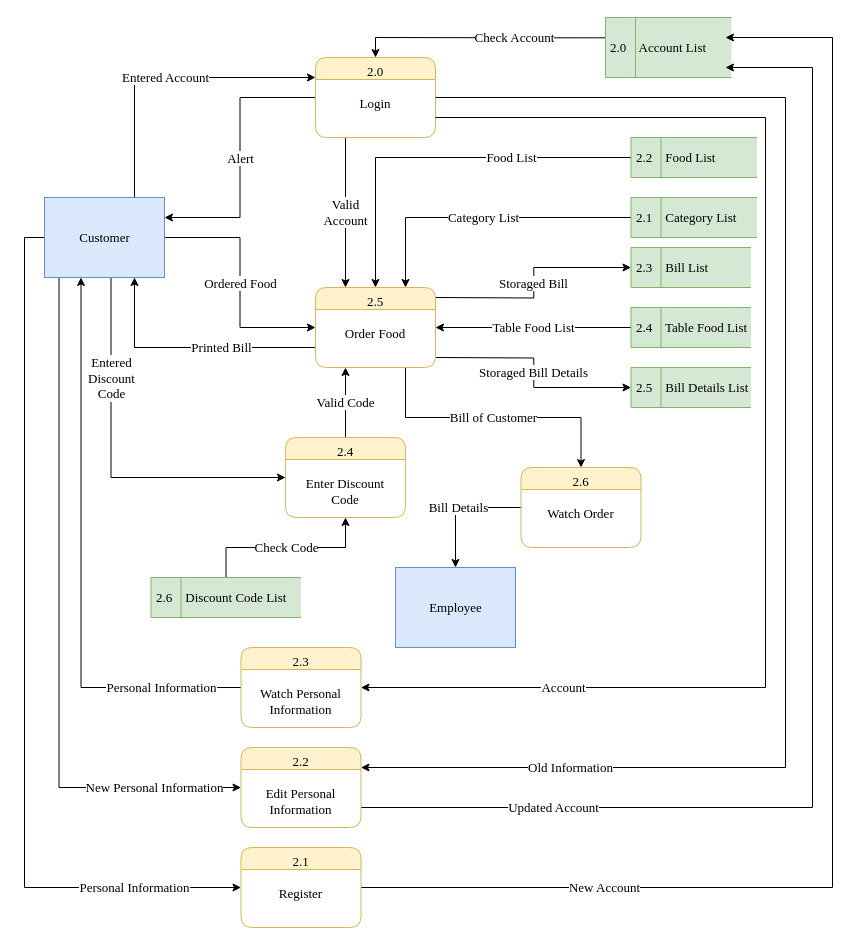
daomtthuan/do-an keeps this draw.io diagram as page "Level 2 - Customer" (6 of 9) of document/diagram/dfd.drawio. Above is the earlier version. Source tidied: cells renumbered, new cells numbered last; positions are measured from the earlier drawing's top-left corner, leaving out a move shared by most shapes. Both pictures are drawn from the tidied source at 100%, with x=0, y=0 at pixel (44, 17).
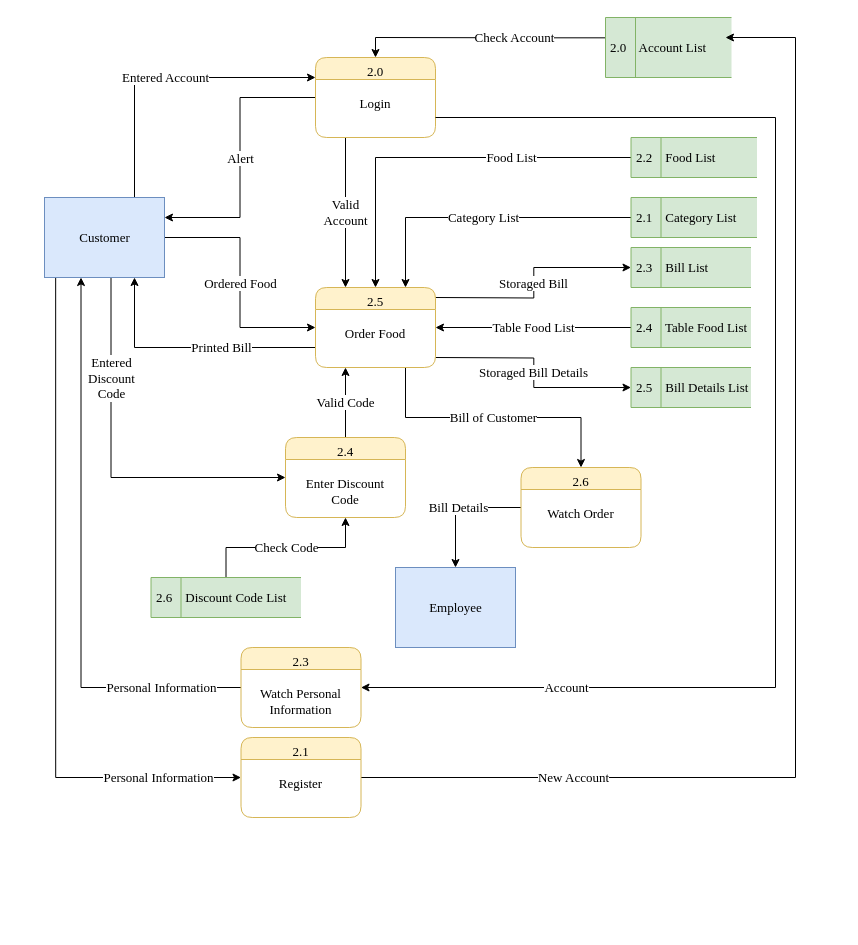
Above is the later version.

Unchanged cells that the change refers to:
```xml
<mxCell id="7" value="&lt;span style=&quot;font-size: 13px;&quot;&gt;&lt;span style=&quot;font-size: 13px;&quot;&gt;Customer&lt;/span&gt;&lt;/span&gt;" style="html=1;dashed=0;whitespace=wrap;strokeWidth=1;fillColor=#dae8fc;strokeColor=#6c8ebf;fontFamily=Times New Roman;fontSize=13;" parent="1" vertex="1">
  <mxGeometry y="180" width="120" height="80" as="geometry" />
</mxCell>
<mxCell id="10" value="2.0&#10;&#10;Login" style="swimlane;fontStyle=0;horizontal=1;startSize=22;fillColor=#fff2cc;swimlaneFillColor=#ffffff;rounded=1;strokeWidth=1;verticalAlign=top;arcSize=17;labelPosition=center;verticalLabelPosition=middle;align=center;fontFamily=Times New Roman;strokeColor=#d6b656;fontSize=13;" parent="1" vertex="1">
  <mxGeometry x="271" y="40" width="120" height="80" as="geometry" />
</mxCell>
<mxCell id="38" value="2.3&#10;&#10;Watch Personal&#10;Information" style="swimlane;fontStyle=0;horizontal=1;startSize=22;fillColor=#fff2cc;swimlaneFillColor=#ffffff;rounded=1;strokeWidth=1;verticalAlign=top;arcSize=17;labelPosition=center;verticalLabelPosition=middle;align=center;fontFamily=Times New Roman;strokeColor=#d6b656;fontSize=13;" parent="1" vertex="1">
  <mxGeometry x="196.5" y="630" width="120" height="80" as="geometry" />
</mxCell>
```

What changed in the source:
```diff
@@
-    <mxCell id="5" value="New Personal Information" style="edgeStyle=orthogonalEdgeStyle;rounded=0;jettySize=auto;html=1;exitX=0.121;exitY=1;exitDx=0;exitDy=0;exitPerimeter=0;entryX=0;entryY=0.5;entryDx=0;entryDy=0;fontFamily=Times New Roman;fontSize=13;" parent="1" edge="1" source="7" target="37">
-      <mxGeometry x="0.75" relative="1" as="geometry" />
-    </mxCell>
-    <mxCell id="6" value="Personal Information" style="edgeStyle=orthogonalEdgeStyle;rounded=0;jettySize=auto;html=1;exitX=0;exitY=0.5;exitDx=0;exitDy=0;entryX=0;entryY=0.5;entryDx=0;entryDy=0;fontFamily=Times New Roman;fontSize=13;" parent="1" edge="1" source="7" target="40">
+    <mxCell id="6" value="Personal Information" style="edgeStyle=orthogonalEdgeStyle;rounded=0;jettySize=auto;html=1;exitX=0.093;exitY=0.998;exitDx=0;exitDy=0;entryX=0;entryY=0.5;entryDx=0;entryDy=0;fontFamily=Times New Roman;fontSize=13;exitPerimeter=0;" parent="1" edge="1" source="7" target="40">
       <mxGeometry x="0.76" relative="1" as="geometry" />
     </mxCell>
@@
-    <mxCell id="34" value="Updated Account" style="edgeStyle=orthogonalEdgeStyle;rounded=0;jettySize=auto;html=1;exitX=1;exitY=0.75;exitDx=0;exitDy=0;fontFamily=Times New Roman;fontSize=13;" parent="1" edge="1" source="37">
-      <mxGeometry x="-0.7" relative="1" as="geometry">
-        <mxPoint x="681" y="50" as="targetPoint" />
-        <Array as="points">
-          <mxPoint x="768" y="790" />
-          <mxPoint x="768" y="50" />
-          <mxPoint x="687" y="50" />
-        </Array>
-      </mxGeometry>
-    </mxCell>
     <mxCell id="35" value="Account" style="edgeStyle=orthogonalEdgeStyle;rounded=0;jettySize=auto;html=1;entryX=1;entryY=0.5;entryDx=0;entryDy=0;fontFamily=Times New Roman;fontSize=13;exitX=1;exitY=0.75;exitDx=0;exitDy=0;" parent="1" edge="1" source="10" target="38">
       <mxGeometry x="0.69" relative="1" as="geometry">
         <Array as="points">
-          <mxPoint x="721" y="100" />
-          <mxPoint x="721" y="670" />
+          <mxPoint x="731" y="100" />
+          <mxPoint x="731" y="670" />
         </Array>
       </mxGeometry>
     </mxCell>
-    <mxCell id="36" value="Old Information" style="edgeStyle=orthogonalEdgeStyle;rounded=0;jettySize=auto;html=1;exitX=1;exitY=0.5;exitDx=0;exitDy=0;fontFamily=Times New Roman;fontSize=13;entryX=1;entryY=0.25;entryDx=0;entryDy=0;" parent="1" edge="1" source="10" target="37">
-      <mxGeometry x="0.71" relative="1" as="geometry">
-        <Array as="points">
-          <mxPoint x="741" y="80" />
-          <mxPoint x="741" y="750" />
-        </Array>
-      </mxGeometry>
-    </mxCell>
-    <mxCell id="37" value="2.2&#10;&#10;Edit Personal&#10;Information" style="swimlane;fontStyle=0;horizontal=1;startSize=22;fillColor=#fff2cc;swimlaneFillColor=#ffffff;rounded=1;strokeWidth=1;verticalAlign=top;arcSize=17;labelPosition=center;verticalLabelPosition=middle;align=center;fontFamily=Times New Roman;strokeColor=#d6b656;fontSize=13;" parent="1" vertex="1">
-      <mxGeometry x="196.5" y="730" width="120" height="80" as="geometry" />
-    </mxCell>
@@
     <mxCell id="39" value="New Account" style="edgeStyle=orthogonalEdgeStyle;rounded=0;jettySize=auto;html=1;exitX=1;exitY=0.5;exitDx=0;exitDy=0;fontFamily=Times New Roman;fontSize=13;" parent="1" edge="1" source="40">
       <mxGeometry x="-0.66" relative="1" as="geometry">
         <mxPoint x="681" y="20" as="targetPoint" />
         <Array as="points">
-          <mxPoint x="788" y="870" />
-          <mxPoint x="788" y="20" />
-          <mxPoint x="687" y="20" />
+          <mxPoint x="751" y="760" />
+          <mxPoint x="751" y="20" />
         </Array>
       </mxGeometry>
     </mxCell>
     <mxCell id="40" value="2.1&#10;&#10;Register" style="swimlane;fontStyle=0;horizontal=1;startSize=22;fillColor=#fff2cc;swimlaneFillColor=#ffffff;rounded=1;strokeWidth=1;verticalAlign=top;arcSize=17;labelPosition=center;verticalLabelPosition=middle;align=center;fontFamily=Times New Roman;strokeColor=#d6b656;fontSize=13;" parent="1" vertex="1">
-      <mxGeometry x="196.5" y="830" width="120" height="80" as="geometry" />
+      <mxGeometry x="196.5" y="720" width="120" height="80" as="geometry" />
     </mxCell>
```
